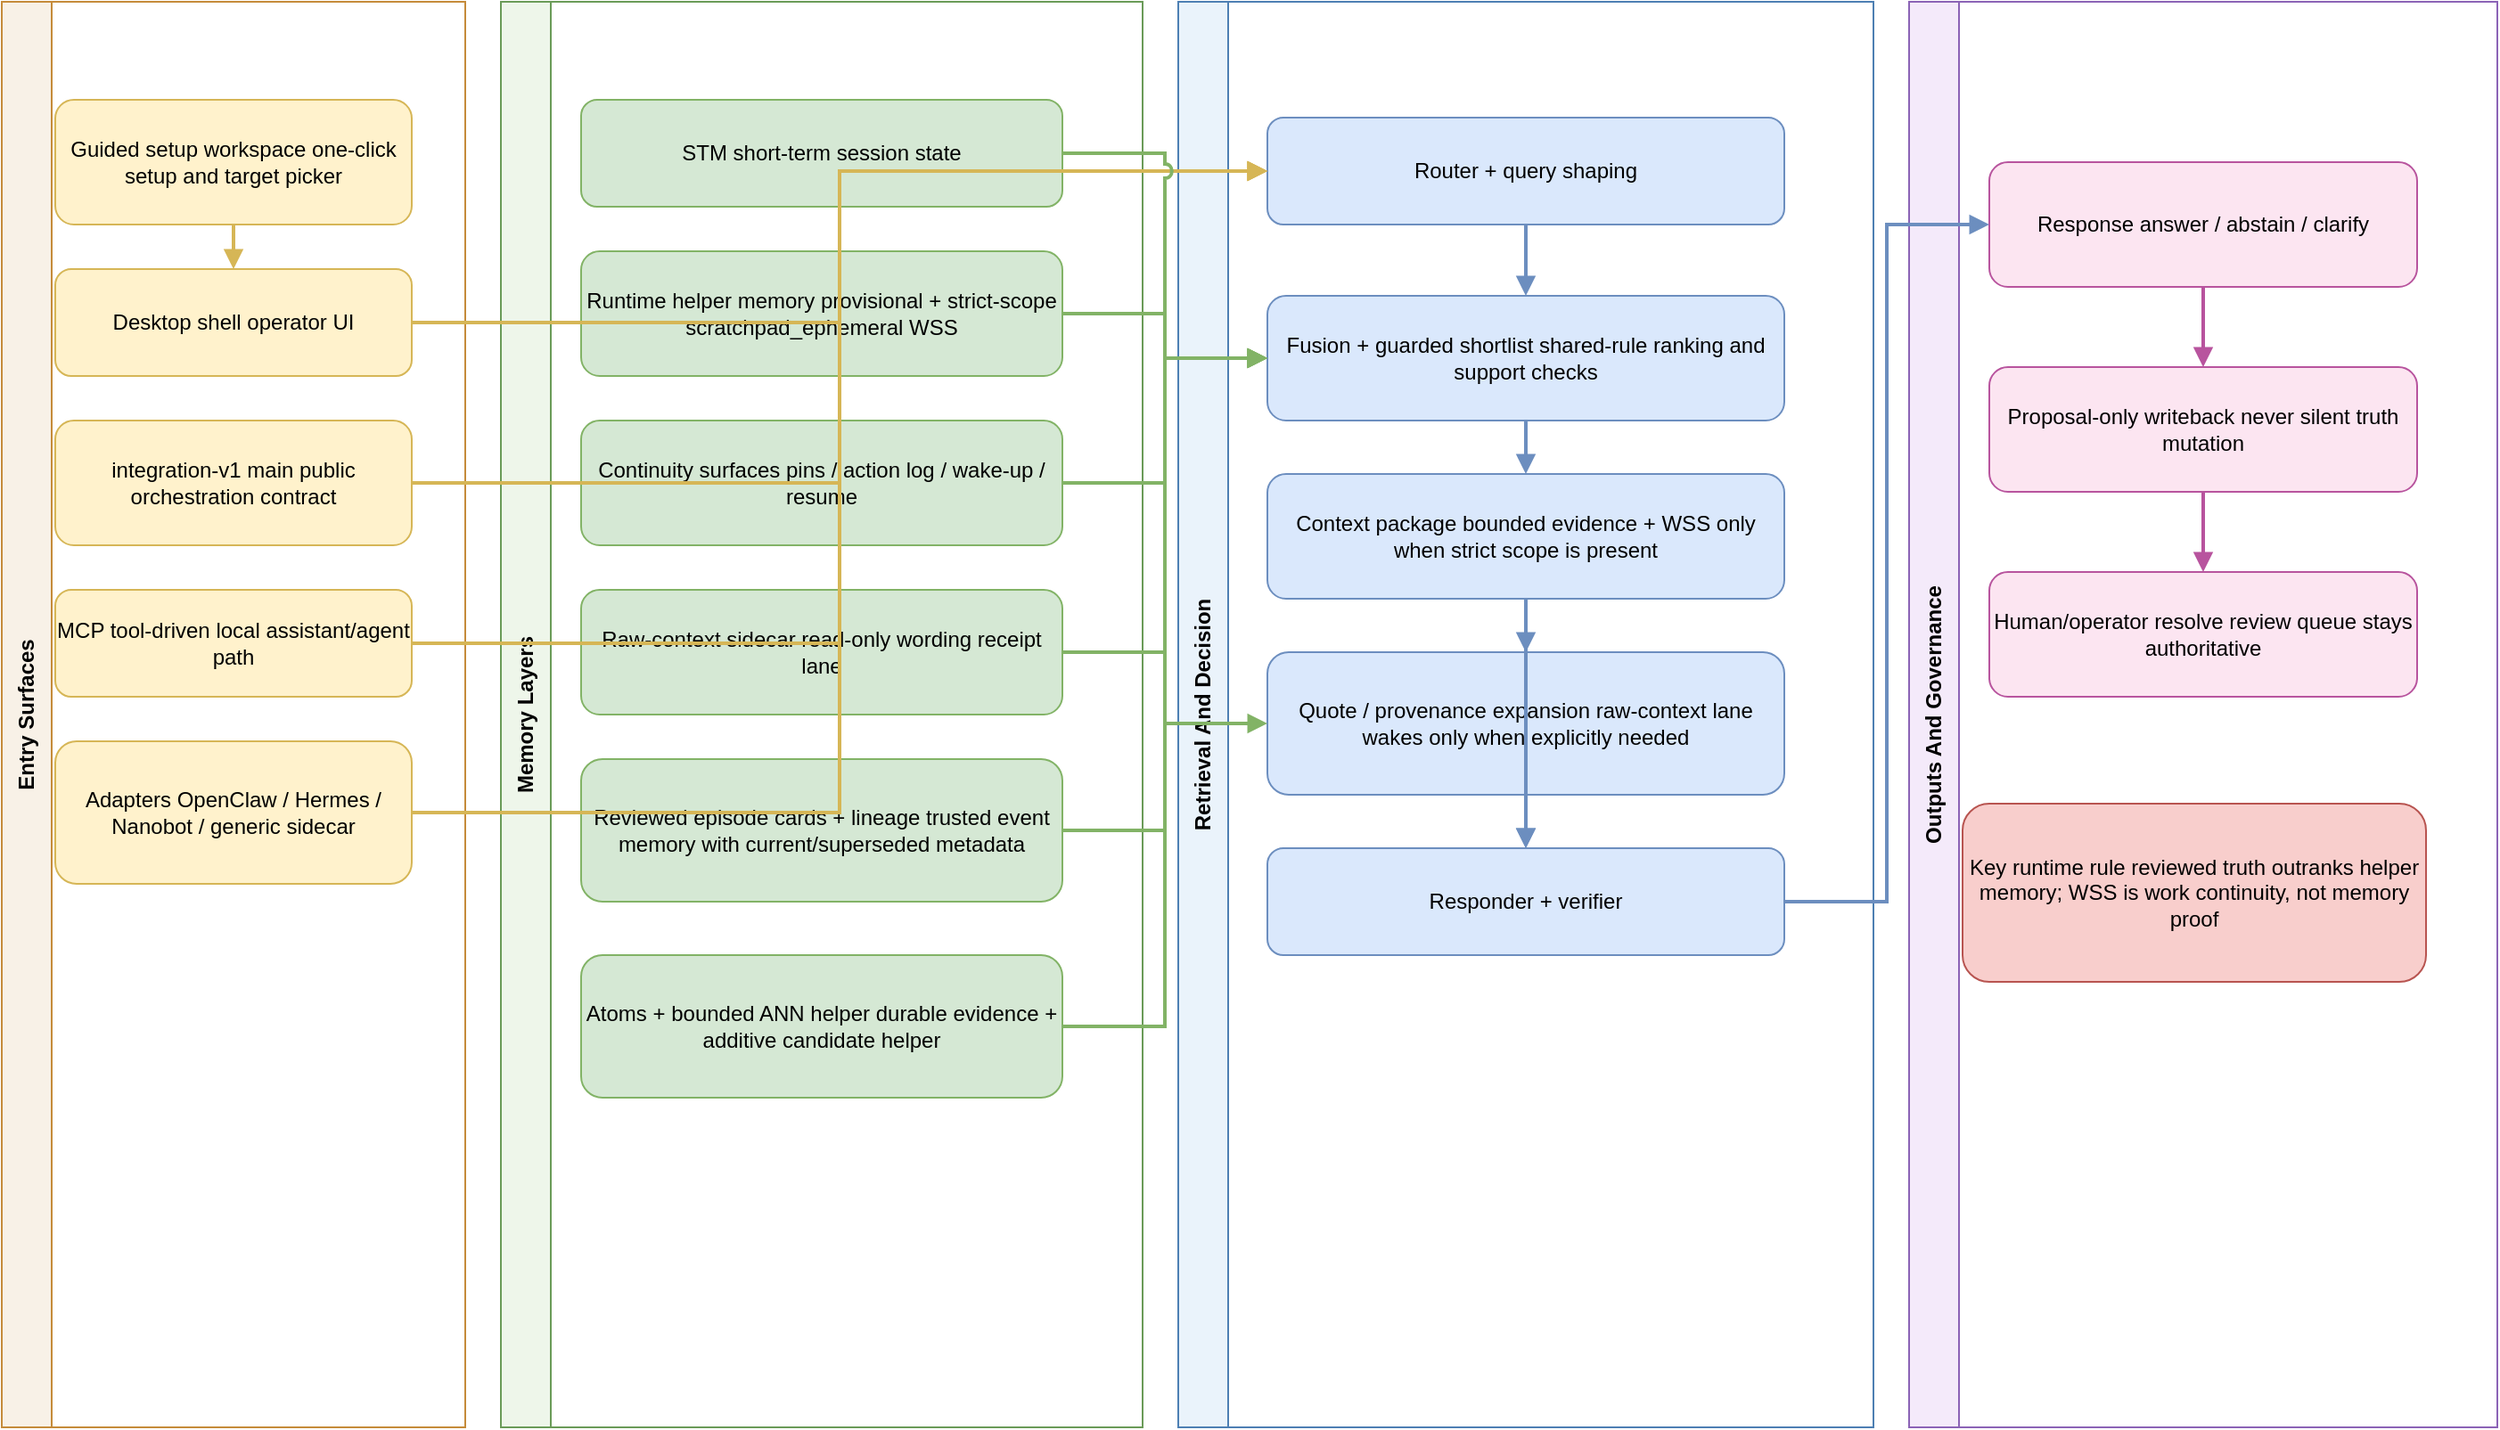
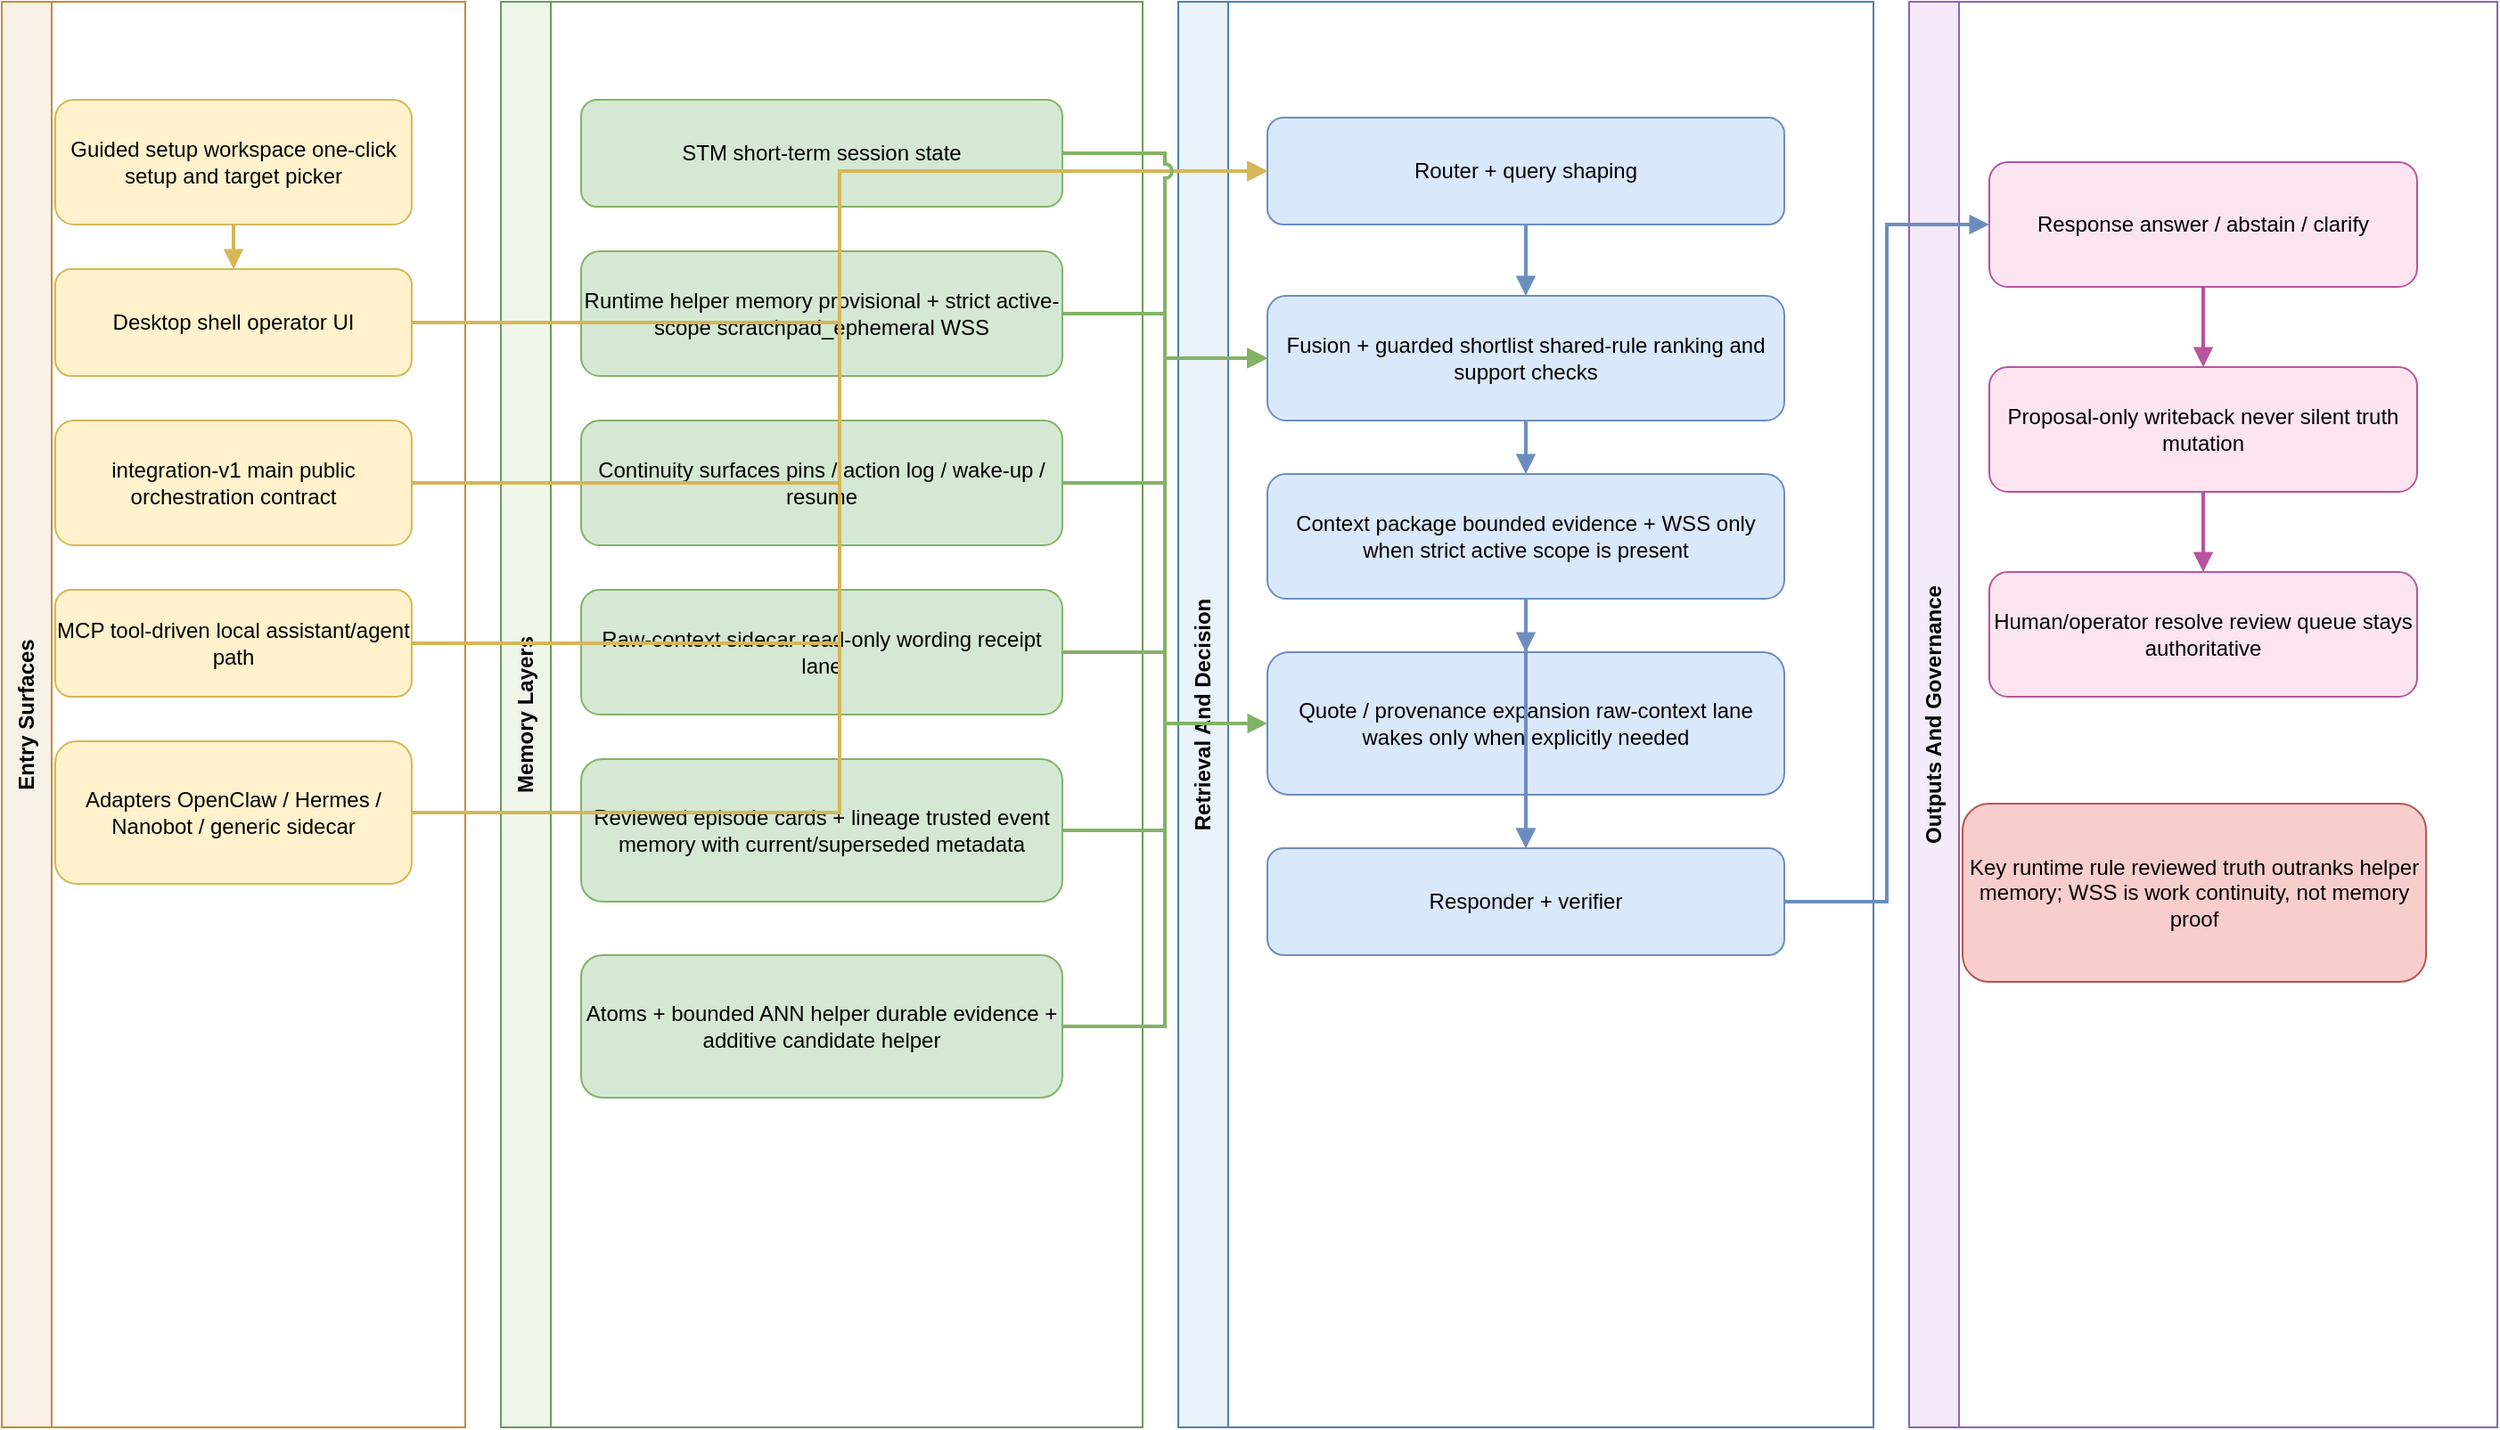
<mxfile host="app.diagrams.net" modified="2026-04-12T23:30:00.000Z" agent="Codex" version="24.7.17">
  <diagram id="launch-runtime-engineering" name="Engineering Runtime And Integration">
    <mxGraphModel dx="1750" dy="1050" grid="1" gridSize="10" guides="1" tooltips="1" connect="1" arrows="1" fold="1" page="1" pageScale="1" pageWidth="1700" pageHeight="1000" math="0" shadow="0">
      <root>
        <mxCell id="0" />
        <mxCell id="1" parent="0" />
        <mxCell id="lane1" value="Entry Surfaces" style="swimlane;whiteSpace=wrap;html=1;rounded=0;horizontal=0;startSize=28;fontStyle=1;fillColor=#f8f1e7;strokeColor=#c58b3a;" vertex="1" parent="1">
          <mxGeometry x="20" y="20" width="260" height="800" as="geometry" />
        </mxCell>
        <mxCell id="lane2" value="Memory Layers" style="swimlane;whiteSpace=wrap;html=1;rounded=0;horizontal=0;startSize=28;fontStyle=1;fillColor=#eef6ea;strokeColor=#6a9b58;" vertex="1" parent="1">
          <mxGeometry x="300" y="20" width="360" height="800" as="geometry" />
        </mxCell>
        <mxCell id="lane3" value="Retrieval And Decision" style="swimlane;whiteSpace=wrap;html=1;rounded=0;horizontal=0;startSize=28;fontStyle=1;fillColor=#eaf3fb;strokeColor=#4d7fb3;" vertex="1" parent="1">
          <mxGeometry x="680" y="20" width="390" height="800" as="geometry" />
        </mxCell>
        <mxCell id="lane4" value="Outputs And Governance" style="swimlane;whiteSpace=wrap;html=1;rounded=0;horizontal=0;startSize=28;fontStyle=1;fillColor=#f4eafa;strokeColor=#8b63b6;" vertex="1" parent="1">
          <mxGeometry x="1090" y="20" width="330" height="800" as="geometry" />
        </mxCell>
        <mxCell id="r1" value="Guided setup workspace&amp;#10;one-click setup and target picker" style="rounded=1;whiteSpace=wrap;html=1;fillColor=#fff2cc;strokeColor=#d6b656;" vertex="1" parent="1">
          <mxGeometry x="50" y="75" width="200" height="70" as="geometry" />
        </mxCell>
        <mxCell id="r2" value="Desktop shell&amp;#10;operator UI" style="rounded=1;whiteSpace=wrap;html=1;fillColor=#fff2cc;strokeColor=#d6b656;" vertex="1" parent="1">
          <mxGeometry x="50" y="170" width="200" height="60" as="geometry" />
        </mxCell>
        <mxCell id="r3" value="integration-v1&amp;#10;main public orchestration contract" style="rounded=1;whiteSpace=wrap;html=1;fillColor=#fff2cc;strokeColor=#d6b656;" vertex="1" parent="1">
          <mxGeometry x="50" y="255" width="200" height="70" as="geometry" />
        </mxCell>
        <mxCell id="r4" value="MCP&amp;#10;tool-driven local assistant/agent path" style="rounded=1;whiteSpace=wrap;html=1;fillColor=#fff2cc;strokeColor=#d6b656;" vertex="1" parent="1">
          <mxGeometry x="50" y="350" width="200" height="60" as="geometry" />
        </mxCell>
        <mxCell id="r5" value="Adapters&amp;#10;OpenClaw / Hermes / Nanobot / generic sidecar" style="rounded=1;whiteSpace=wrap;html=1;fillColor=#fff2cc;strokeColor=#d6b656;" vertex="1" parent="1">
          <mxGeometry x="50" y="435" width="200" height="80" as="geometry" />
        </mxCell>
        <mxCell id="r6" value="STM&amp;#10;short-term session state" style="rounded=1;whiteSpace=wrap;html=1;fillColor=#d5e8d4;strokeColor=#82b366;" vertex="1" parent="1">
          <mxGeometry x="345" y="75" width="270" height="60" as="geometry" />
        </mxCell>
-         <mxCell id="r7" value="Runtime helper memory&amp;#10;provisional + strict-scope scratchpad_ephemeral WSS" style="rounded=1;whiteSpace=wrap;html=1;fillColor=#d5e8d4;strokeColor=#82b366;" vertex="1" parent="1">
+         <mxCell id="r7" value="Runtime helper memory&amp;#10;provisional + strict active-scope scratchpad_ephemeral WSS" style="rounded=1;whiteSpace=wrap;html=1;fillColor=#d5e8d4;strokeColor=#82b366;" vertex="1" parent="1">
          <mxGeometry x="345" y="160" width="270" height="70" as="geometry" />
        </mxCell>
        <mxCell id="r8" value="Continuity surfaces&amp;#10;pins / action log / wake-up / resume" style="rounded=1;whiteSpace=wrap;html=1;fillColor=#d5e8d4;strokeColor=#82b366;" vertex="1" parent="1">
          <mxGeometry x="345" y="255" width="270" height="70" as="geometry" />
        </mxCell>
        <mxCell id="r9" value="Raw-context sidecar&amp;#10;read-only wording receipt lane" style="rounded=1;whiteSpace=wrap;html=1;fillColor=#d5e8d4;strokeColor=#82b366;" vertex="1" parent="1">
          <mxGeometry x="345" y="350" width="270" height="70" as="geometry" />
        </mxCell>
        <mxCell id="r10" value="Reviewed episode cards + lineage&amp;#10;trusted event memory with current/superseded metadata" style="rounded=1;whiteSpace=wrap;html=1;fillColor=#d5e8d4;strokeColor=#82b366;" vertex="1" parent="1">
          <mxGeometry x="345" y="445" width="270" height="80" as="geometry" />
        </mxCell>
        <mxCell id="r11" value="Atoms + bounded ANN helper&amp;#10;durable evidence + additive candidate helper" style="rounded=1;whiteSpace=wrap;html=1;fillColor=#d5e8d4;strokeColor=#82b366;" vertex="1" parent="1">
          <mxGeometry x="345" y="555" width="270" height="80" as="geometry" />
        </mxCell>
        <mxCell id="r12" value="Router + query shaping" style="rounded=1;whiteSpace=wrap;html=1;fillColor=#dae8fc;strokeColor=#6c8ebf;" vertex="1" parent="1">
          <mxGeometry x="730" y="85" width="290" height="60" as="geometry" />
        </mxCell>
        <mxCell id="r13" value="Fusion + guarded shortlist&amp;#10;shared-rule ranking and support checks" style="rounded=1;whiteSpace=wrap;html=1;fillColor=#dae8fc;strokeColor=#6c8ebf;" vertex="1" parent="1">
          <mxGeometry x="730" y="185" width="290" height="70" as="geometry" />
        </mxCell>
-         <mxCell id="r14" value="Context package&amp;#10;bounded evidence + WSS only when strict scope is present" style="rounded=1;whiteSpace=wrap;html=1;fillColor=#dae8fc;strokeColor=#6c8ebf;" vertex="1" parent="1">
+         <mxCell id="r14" value="Context package&amp;#10;bounded evidence + WSS only when strict active scope is present" style="rounded=1;whiteSpace=wrap;html=1;fillColor=#dae8fc;strokeColor=#6c8ebf;" vertex="1" parent="1">
          <mxGeometry x="730" y="285" width="290" height="70" as="geometry" />
        </mxCell>
        <mxCell id="r15" value="Quote / provenance expansion&amp;#10;raw-context lane wakes only when explicitly needed" style="rounded=1;whiteSpace=wrap;html=1;fillColor=#dae8fc;strokeColor=#6c8ebf;" vertex="1" parent="1">
          <mxGeometry x="730" y="385" width="290" height="80" as="geometry" />
        </mxCell>
        <mxCell id="r16" value="Responder + verifier" style="rounded=1;whiteSpace=wrap;html=1;fillColor=#dae8fc;strokeColor=#6c8ebf;" vertex="1" parent="1">
          <mxGeometry x="730" y="495" width="290" height="60" as="geometry" />
        </mxCell>
        <mxCell id="r17" value="Response&amp;#10;answer / abstain / clarify" style="rounded=1;whiteSpace=wrap;html=1;fillColor=#fce5f1;strokeColor=#b8549e;" vertex="1" parent="1">
          <mxGeometry x="1135" y="110" width="240" height="70" as="geometry" />
        </mxCell>
        <mxCell id="r18" value="Proposal-only writeback&amp;#10;never silent truth mutation" style="rounded=1;whiteSpace=wrap;html=1;fillColor=#fce5f1;strokeColor=#b8549e;" vertex="1" parent="1">
          <mxGeometry x="1135" y="225" width="240" height="70" as="geometry" />
        </mxCell>
        <mxCell id="r19" value="Human/operator resolve&amp;#10;review queue stays authoritative" style="rounded=1;whiteSpace=wrap;html=1;fillColor=#fce5f1;strokeColor=#b8549e;" vertex="1" parent="1">
          <mxGeometry x="1135" y="340" width="240" height="70" as="geometry" />
        </mxCell>
        <mxCell id="r20" value="Key runtime rule&amp;#10;reviewed truth outranks helper memory; WSS is work continuity, not memory proof" style="rounded=1;whiteSpace=wrap;html=1;fillColor=#f8cecc;strokeColor=#b85450;" vertex="1" parent="1">
          <mxGeometry x="1120" y="470" width="260" height="100" as="geometry" />
        </mxCell>
        <mxCell id="e2" edge="1" parent="1" source="r1" target="r2" style="edgeStyle=orthogonalEdgeStyle;orthogonalLoop=1;jettySize=auto;jumpStyle=arc;jumpSize=6;endArrow=block;endFill=1;html=1;rounded=0;strokeWidth=2;strokeColor=#d6b656;entryX=0.5;entryY=0;entryPerimeter=1;exitX=0.5;exitY=1;exitPerimeter=1;">
          <mxGeometry relative="1" as="geometry" />
        </mxCell>
        <mxCell id="e3" edge="1" parent="1" source="r2" target="r12" style="edgeStyle=orthogonalEdgeStyle;orthogonalLoop=1;jettySize=auto;jumpStyle=arc;jumpSize=6;endArrow=block;endFill=1;html=1;rounded=0;strokeWidth=2;strokeColor=#d6b656;entryX=0;entryY=0.5;entryPerimeter=1;exitX=1;exitY=0.5;exitPerimeter=1;">
          <mxGeometry relative="1" as="geometry" />
        </mxCell>
        <mxCell id="e4" edge="1" parent="1" source="r3" target="r12" style="edgeStyle=orthogonalEdgeStyle;orthogonalLoop=1;jettySize=auto;jumpStyle=arc;jumpSize=6;endArrow=block;endFill=1;html=1;rounded=0;strokeWidth=2;strokeColor=#d6b656;entryX=0;entryY=0.5;entryPerimeter=1;exitX=1;exitY=0.5;exitPerimeter=1;">
          <mxGeometry relative="1" as="geometry" />
        </mxCell>
        <mxCell id="e5" edge="1" parent="1" source="r4" target="r12" style="edgeStyle=orthogonalEdgeStyle;orthogonalLoop=1;jettySize=auto;jumpStyle=arc;jumpSize=6;endArrow=block;endFill=1;html=1;rounded=0;strokeWidth=2;strokeColor=#d6b656;entryX=0;entryY=0.5;entryPerimeter=1;exitX=1;exitY=0.5;exitPerimeter=1;">
          <mxGeometry relative="1" as="geometry" />
        </mxCell>
        <mxCell id="e6" edge="1" parent="1" source="r5" target="r12" style="edgeStyle=orthogonalEdgeStyle;orthogonalLoop=1;jettySize=auto;jumpStyle=arc;jumpSize=6;endArrow=block;endFill=1;html=1;rounded=0;strokeWidth=2;strokeColor=#d6b656;entryX=0;entryY=0.5;entryPerimeter=1;exitX=1;exitY=0.5;exitPerimeter=1;">
          <mxGeometry relative="1" as="geometry" />
        </mxCell>
        <mxCell id="e7" edge="1" parent="1" source="r6" target="r13" style="edgeStyle=orthogonalEdgeStyle;orthogonalLoop=1;jettySize=auto;jumpStyle=arc;jumpSize=6;endArrow=block;endFill=1;html=1;rounded=0;strokeWidth=2;strokeColor=#82b366;entryX=0;entryY=0.5;entryPerimeter=1;exitX=1;exitY=0.5;exitPerimeter=1;">
          <mxGeometry relative="1" as="geometry" />
        </mxCell>
        <mxCell id="e8" edge="1" parent="1" source="r7" target="r13" style="edgeStyle=orthogonalEdgeStyle;orthogonalLoop=1;jettySize=auto;jumpStyle=arc;jumpSize=6;endArrow=block;endFill=1;html=1;rounded=0;strokeWidth=2;strokeColor=#82b366;entryX=0;entryY=0.5;entryPerimeter=1;exitX=1;exitY=0.5;exitPerimeter=1;">
          <mxGeometry relative="1" as="geometry" />
        </mxCell>
        <mxCell id="e9" edge="1" parent="1" source="r8" target="r13" style="edgeStyle=orthogonalEdgeStyle;orthogonalLoop=1;jettySize=auto;jumpStyle=arc;jumpSize=6;endArrow=block;endFill=1;html=1;rounded=0;strokeWidth=2;strokeColor=#82b366;entryX=0;entryY=0.5;entryPerimeter=1;exitX=1;exitY=0.5;exitPerimeter=1;">
          <mxGeometry relative="1" as="geometry" />
        </mxCell>
        <mxCell id="e10" edge="1" parent="1" source="r9" target="r15" style="edgeStyle=orthogonalEdgeStyle;orthogonalLoop=1;jettySize=auto;jumpStyle=arc;jumpSize=6;endArrow=block;endFill=1;html=1;rounded=0;strokeWidth=2;strokeColor=#82b366;entryX=0;entryY=0.5;entryPerimeter=1;exitX=1;exitY=0.5;exitPerimeter=1;">
          <mxGeometry relative="1" as="geometry" />
        </mxCell>
        <mxCell id="e11" edge="1" parent="1" source="r10" target="r13" style="edgeStyle=orthogonalEdgeStyle;orthogonalLoop=1;jettySize=auto;jumpStyle=arc;jumpSize=6;endArrow=block;endFill=1;html=1;rounded=0;strokeWidth=2;strokeColor=#82b366;entryX=0;entryY=0.5;entryPerimeter=1;exitX=1;exitY=0.5;exitPerimeter=1;">
          <mxGeometry relative="1" as="geometry" />
        </mxCell>
        <mxCell id="e12" edge="1" parent="1" source="r11" target="r13" style="edgeStyle=orthogonalEdgeStyle;orthogonalLoop=1;jettySize=auto;jumpStyle=arc;jumpSize=6;endArrow=block;endFill=1;html=1;rounded=0;strokeWidth=2;strokeColor=#82b366;entryX=0;entryY=0.5;entryPerimeter=1;exitX=1;exitY=0.5;exitPerimeter=1;">
          <mxGeometry relative="1" as="geometry" />
        </mxCell>
        <mxCell id="e13" edge="1" parent="1" source="r12" target="r13" style="edgeStyle=orthogonalEdgeStyle;orthogonalLoop=1;jettySize=auto;jumpStyle=arc;jumpSize=6;endArrow=block;endFill=1;html=1;rounded=0;strokeWidth=2;strokeColor=#6c8ebf;entryX=0.5;entryY=0;entryPerimeter=1;exitX=0.5;exitY=1;exitPerimeter=1;">
          <mxGeometry relative="1" as="geometry" />
        </mxCell>
        <mxCell id="e14" edge="1" parent="1" source="r13" target="r14" style="edgeStyle=orthogonalEdgeStyle;orthogonalLoop=1;jettySize=auto;jumpStyle=arc;jumpSize=6;endArrow=block;endFill=1;html=1;rounded=0;strokeWidth=2;strokeColor=#6c8ebf;entryX=0.5;entryY=0;entryPerimeter=1;exitX=0.5;exitY=1;exitPerimeter=1;">
          <mxGeometry relative="1" as="geometry" />
        </mxCell>
        <mxCell id="e15" edge="1" parent="1" source="r14" target="r15" style="edgeStyle=orthogonalEdgeStyle;orthogonalLoop=1;jettySize=auto;jumpStyle=arc;jumpSize=6;endArrow=block;endFill=1;html=1;rounded=0;strokeWidth=2;strokeColor=#6c8ebf;entryX=0.5;entryY=0;entryPerimeter=1;exitX=0.5;exitY=1;exitPerimeter=1;">
          <mxGeometry relative="1" as="geometry" />
        </mxCell>
        <mxCell id="e16" edge="1" parent="1" source="r14" target="r16" style="edgeStyle=orthogonalEdgeStyle;orthogonalLoop=1;jettySize=auto;jumpStyle=arc;jumpSize=6;endArrow=block;endFill=1;html=1;rounded=0;strokeWidth=2;strokeColor=#6c8ebf;entryX=0.5;entryY=0;entryPerimeter=1;exitX=0.5;exitY=1;exitPerimeter=1;">
          <mxGeometry relative="1" as="geometry" />
        </mxCell>
        <mxCell id="e17" edge="1" parent="1" source="r15" target="r16" style="edgeStyle=orthogonalEdgeStyle;orthogonalLoop=1;jettySize=auto;jumpStyle=arc;jumpSize=6;endArrow=block;endFill=1;html=1;rounded=0;strokeWidth=2;strokeColor=#6c8ebf;entryX=0.5;entryY=0;entryPerimeter=1;exitX=0.5;exitY=1;exitPerimeter=1;">
          <mxGeometry relative="1" as="geometry" />
        </mxCell>
        <mxCell id="e18" edge="1" parent="1" source="r16" target="r17" style="edgeStyle=orthogonalEdgeStyle;orthogonalLoop=1;jettySize=auto;jumpStyle=arc;jumpSize=6;endArrow=block;endFill=1;html=1;rounded=0;strokeWidth=2;strokeColor=#6c8ebf;entryX=0;entryY=0.5;entryPerimeter=1;exitX=1;exitY=0.5;exitPerimeter=1;">
          <mxGeometry relative="1" as="geometry" />
        </mxCell>
        <mxCell id="e19" edge="1" parent="1" source="r17" target="r18" style="edgeStyle=orthogonalEdgeStyle;orthogonalLoop=1;jettySize=auto;jumpStyle=arc;jumpSize=6;endArrow=block;endFill=1;html=1;rounded=0;strokeWidth=2;strokeColor=#b8549e;entryX=0.5;entryY=0;entryPerimeter=1;exitX=0.5;exitY=1;exitPerimeter=1;">
          <mxGeometry relative="1" as="geometry" />
        </mxCell>
        <mxCell id="e20" edge="1" parent="1" source="r18" target="r19" style="edgeStyle=orthogonalEdgeStyle;orthogonalLoop=1;jettySize=auto;jumpStyle=arc;jumpSize=6;endArrow=block;endFill=1;html=1;rounded=0;strokeWidth=2;strokeColor=#b8549e;entryX=0.5;entryY=0;entryPerimeter=1;exitX=0.5;exitY=1;exitPerimeter=1;">
          <mxGeometry relative="1" as="geometry" />
        </mxCell>
      </root>
    </mxGraphModel>
  </diagram>
  <diagram id="launch-runtime-caveman" name="Caveman Runtime And Integration">
    <mxGraphModel dx="1500" dy="920" grid="1" gridSize="10" guides="1" tooltips="1" connect="1" arrows="1" fold="1" page="1" pageScale="1" pageWidth="1500" pageHeight="920" math="0" shadow="0">
      <root>
        <mxCell id="0" />
        <mxCell id="1" parent="0" />
        <mxCell id="z1" value="1. Agent or user asks MNO for memory help." style="rounded=1;whiteSpace=wrap;html=1;fillColor=#fff2cc;strokeColor=#d6b656;" vertex="1" parent="1">
          <mxGeometry x="60" y="90" width="240" height="70" as="geometry" />
        </mxCell>
        <mxCell id="z2" value="2. MNO checks the short-term chat first." style="rounded=1;whiteSpace=wrap;html=1;fillColor=#fff2cc;strokeColor=#d6b656;" vertex="1" parent="1">
          <mxGeometry x="350" y="90" width="250" height="70" as="geometry" />
        </mxCell>
        <mxCell id="z3" value="3. MNO checks trusted memory and evidence." style="rounded=1;whiteSpace=wrap;html=1;fillColor=#d5e8d4;strokeColor=#82b366;" vertex="1" parent="1">
          <mxGeometry x="650" y="90" width="260" height="70" as="geometry" />
        </mxCell>
        <mxCell id="z4" value="4. ANN helps find nearby candidates.&amp;#10;ANN = approximate nearest neighbor." style="rounded=1;whiteSpace=wrap;html=1;fillColor=#d5e8d4;strokeColor=#82b366;" vertex="1" parent="1">
          <mxGeometry x="960" y="90" width="270" height="80" as="geometry" />
        </mxCell>
        <mxCell id="z5" value="5. If you ask for exact wording, MNO can open the wording receipt lane." style="rounded=1;whiteSpace=wrap;html=1;fillColor=#dae8fc;strokeColor=#6c8ebf;" vertex="1" parent="1">
          <mxGeometry x="130" y="270" width="320" height="90" as="geometry" />
        </mxCell>
        <mxCell id="z6" value="6. If truth changed, MNO can tell old reviewed cards from current reviewed cards." style="rounded=1;whiteSpace=wrap;html=1;fillColor=#dae8fc;strokeColor=#6c8ebf;" vertex="1" parent="1">
          <mxGeometry x="500" y="270" width="340" height="90" as="geometry" />
        </mxCell>
        <mxCell id="z7" value="7. MNO builds a bounded evidence bundle, then answers, abstains, or asks to clarify." style="rounded=1;whiteSpace=wrap;html=1;fillColor=#dae8fc;strokeColor=#6c8ebf;" vertex="1" parent="1">
          <mxGeometry x="890" y="270" width="360" height="90" as="geometry" />
        </mxCell>
        <mxCell id="z8" value="8. New risky memory still goes to proposal/review, not straight into truth." style="rounded=1;whiteSpace=wrap;html=1;fillColor=#fce5f1;strokeColor=#b8549e;" vertex="1" parent="1">
          <mxGeometry x="360" y="470" width="420" height="90" as="geometry" />
        </mxCell>
        <mxCell id="z9" value="Words to know&amp;#10;MCP = Model Context Protocol&amp;#10;STM = short-term memory&amp;#10;ANN = approximate nearest neighbor&amp;#10;WSS = work-session scratchpad" style="rounded=1;whiteSpace=wrap;html=1;fillColor=#e1d5e7;strokeColor=#9673a6;" vertex="1" parent="1">
          <mxGeometry x="500" y="640" width="330" height="100" as="geometry" />
        </mxCell>
        <mxCell id="e2" edge="1" parent="1" source="z1" target="z2" style="edgeStyle=orthogonalEdgeStyle;orthogonalLoop=1;jettySize=auto;jumpStyle=arc;jumpSize=6;endArrow=block;endFill=1;html=1;rounded=0;strokeWidth=2;strokeColor=#d6b656;entryX=0;entryY=0.5;entryPerimeter=1;exitX=1;exitY=0.5;exitPerimeter=1;">
          <mxGeometry relative="1" as="geometry" />
        </mxCell>
        <mxCell id="e3" edge="1" parent="1" source="z2" target="z3" style="edgeStyle=orthogonalEdgeStyle;orthogonalLoop=1;jettySize=auto;jumpStyle=arc;jumpSize=6;endArrow=block;endFill=1;html=1;rounded=0;strokeWidth=2;strokeColor=#d6b656;entryX=0;entryY=0.5;entryPerimeter=1;exitX=1;exitY=0.5;exitPerimeter=1;">
          <mxGeometry relative="1" as="geometry" />
        </mxCell>
        <mxCell id="e4" edge="1" parent="1" source="z3" target="z4" style="edgeStyle=orthogonalEdgeStyle;orthogonalLoop=1;jettySize=auto;jumpStyle=arc;jumpSize=6;endArrow=block;endFill=1;html=1;rounded=0;strokeWidth=2;strokeColor=#82b366;entryX=0;entryY=0.5;entryPerimeter=1;exitX=1;exitY=0.5;exitPerimeter=1;">
          <mxGeometry relative="1" as="geometry" />
        </mxCell>
        <mxCell id="e5" edge="1" parent="1" source="z4" target="z5" style="edgeStyle=orthogonalEdgeStyle;orthogonalLoop=1;jettySize=auto;jumpStyle=arc;jumpSize=6;endArrow=block;endFill=1;html=1;rounded=0;strokeWidth=2;strokeColor=#82b366;entryX=1;entryY=0.5;entryPerimeter=1;exitX=0;exitY=0.5;exitPerimeter=1;">
          <mxGeometry relative="1" as="geometry" />
        </mxCell>
        <mxCell id="e6" edge="1" parent="1" source="z4" target="z6" style="edgeStyle=orthogonalEdgeStyle;orthogonalLoop=1;jettySize=auto;jumpStyle=arc;jumpSize=6;endArrow=block;endFill=1;html=1;rounded=0;strokeWidth=2;strokeColor=#82b366;entryX=1;entryY=0.5;entryPerimeter=1;exitX=0;exitY=0.5;exitPerimeter=1;">
          <mxGeometry relative="1" as="geometry" />
        </mxCell>
        <mxCell id="e7" edge="1" parent="1" source="z5" target="z7" style="edgeStyle=orthogonalEdgeStyle;orthogonalLoop=1;jettySize=auto;jumpStyle=arc;jumpSize=6;endArrow=block;endFill=1;html=1;rounded=0;strokeWidth=2;strokeColor=#6c8ebf;entryX=0;entryY=0.5;entryPerimeter=1;exitX=1;exitY=0.5;exitPerimeter=1;">
          <mxGeometry relative="1" as="geometry" />
        </mxCell>
        <mxCell id="e8" edge="1" parent="1" source="z6" target="z7" style="edgeStyle=orthogonalEdgeStyle;orthogonalLoop=1;jettySize=auto;jumpStyle=arc;jumpSize=6;endArrow=block;endFill=1;html=1;rounded=0;strokeWidth=2;strokeColor=#6c8ebf;entryX=0;entryY=0.5;entryPerimeter=1;exitX=1;exitY=0.5;exitPerimeter=1;">
          <mxGeometry relative="1" as="geometry" />
        </mxCell>
        <mxCell id="e9" edge="1" parent="1" source="z7" target="z8" style="edgeStyle=orthogonalEdgeStyle;orthogonalLoop=1;jettySize=auto;jumpStyle=arc;jumpSize=6;endArrow=block;endFill=1;html=1;rounded=0;strokeWidth=2;strokeColor=#6c8ebf;entryX=1;entryY=0.5;entryPerimeter=1;exitX=0;exitY=0.5;exitPerimeter=1;">
          <mxGeometry relative="1" as="geometry" />
        </mxCell>
      </root>
    </mxGraphModel>
  </diagram>
</mxfile>
